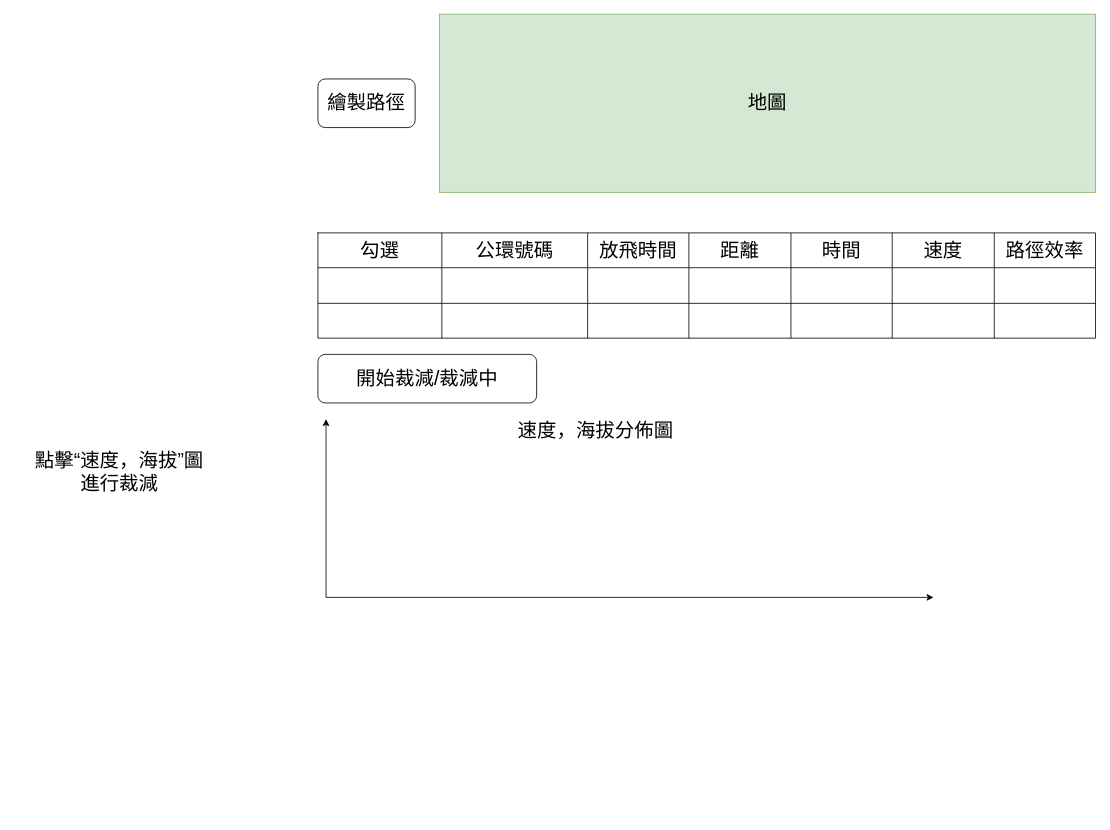
pengzhen80/PigeonRace keeps this draw.io diagram as page "數據分析平台-UI" (11 of 18) of gpsDataAnalysisFunctionDesion.drawio. Above is the earlier version. Source tidied: cells renumbered, new cells numbered last; positions are measured from the earlier drawing's top-left corner, leaving out a move shared by most shapes. Both pictures are drawn from the tidied source at 81%, with x=0, y=0 at pixel (26, 14).
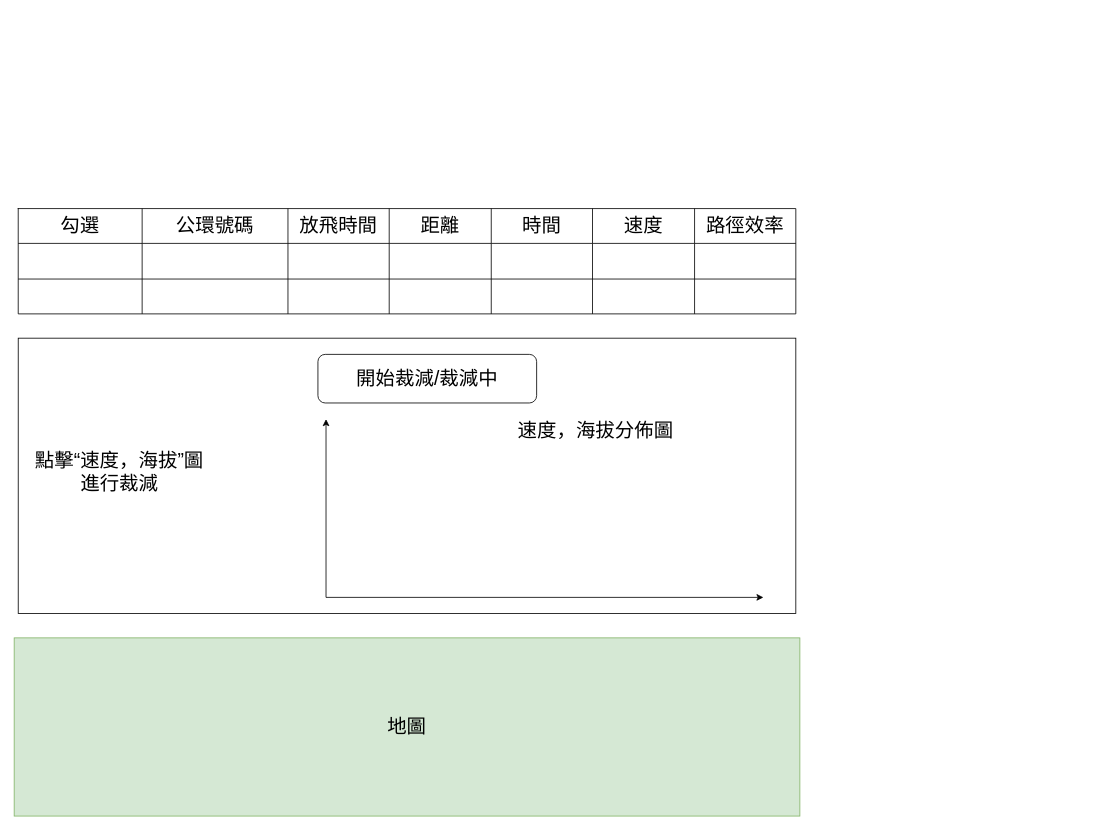
Above is the later version.

Change to the diagram source:
```diff
@@
+    <mxCell id="34" style="rounded=0;whiteSpace=wrap;html=1;fontSize=24;" parent="1" vertex="1">
+      <mxGeometry x="-10" y="400" width="960" height="340" as="geometry" />
+    </mxCell>
     <mxCell id="2" style="shape=table;startSize=0;childLayout=tableLayout;" parent="1" vertex="1">
-      <mxGeometry x="360" y="270" width="960" height="130" as="geometry" />
+      <mxGeometry x="-10" y="240" width="960" height="130" as="geometry" />
     </mxCell>
@@
     <mxCell id="27" value="&lt;font style=&quot;font-size: 24px;&quot;&gt;地圖&lt;/font&gt;" style="rounded=0;whiteSpace=wrap;html=1;fillColor=#d5e8d4;strokeColor=#82b366;" parent="1" vertex="1">
-      <mxGeometry x="510" width="810" height="220" as="geometry" />
+      <mxGeometry x="-15" y="770" width="970" height="220" as="geometry" />
     </mxCell>
-    <mxCell id="28" value="繪製路徑" style="rounded=1;whiteSpace=wrap;html=1;fontSize=24;" parent="1" vertex="1">
-      <mxGeometry x="360" y="80" width="120" height="60" as="geometry" />
-    </mxCell>
     <mxCell id="29" style="endArrow=classic;html=1;rounded=0;fontSize=24;" parent="1" edge="1">
       <mxGeometry relative="1" as="geometry">
         <mxPoint x="370" y="720" as="sourcePoint" />
-        <mxPoint x="1120" y="720" as="targetPoint" />
+        <mxPoint x="910" y="720" as="targetPoint" />
       </mxGeometry>
     </mxCell>
```
